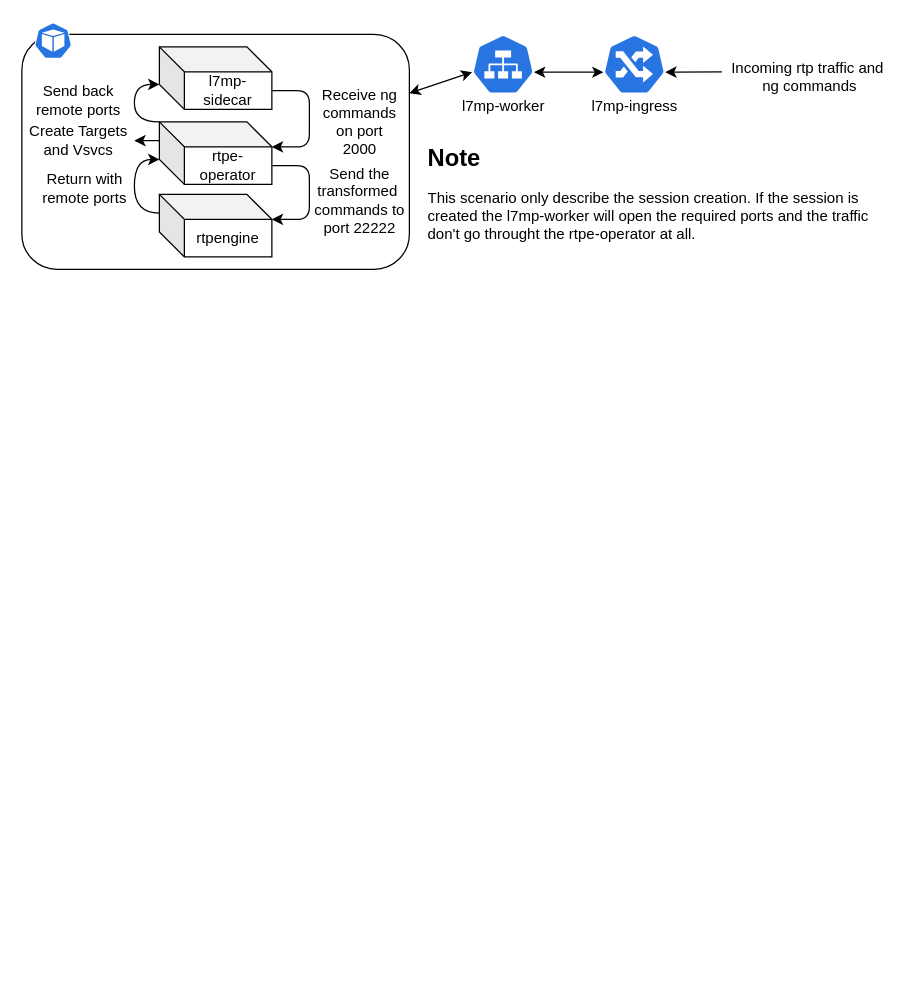
Earlier version of the draw.io diagram images/figures.drawio (l7mp/l7mp-media-plane-controller). Source tidied: cells renumbered, new cells numbered last; positions are measured from the earlier drawing's top-left corner, leaving out a move shared by most shapes. Both pictures are drawn from the tidied source at 125%, with x=0, y=0 at pixel (21, 21).
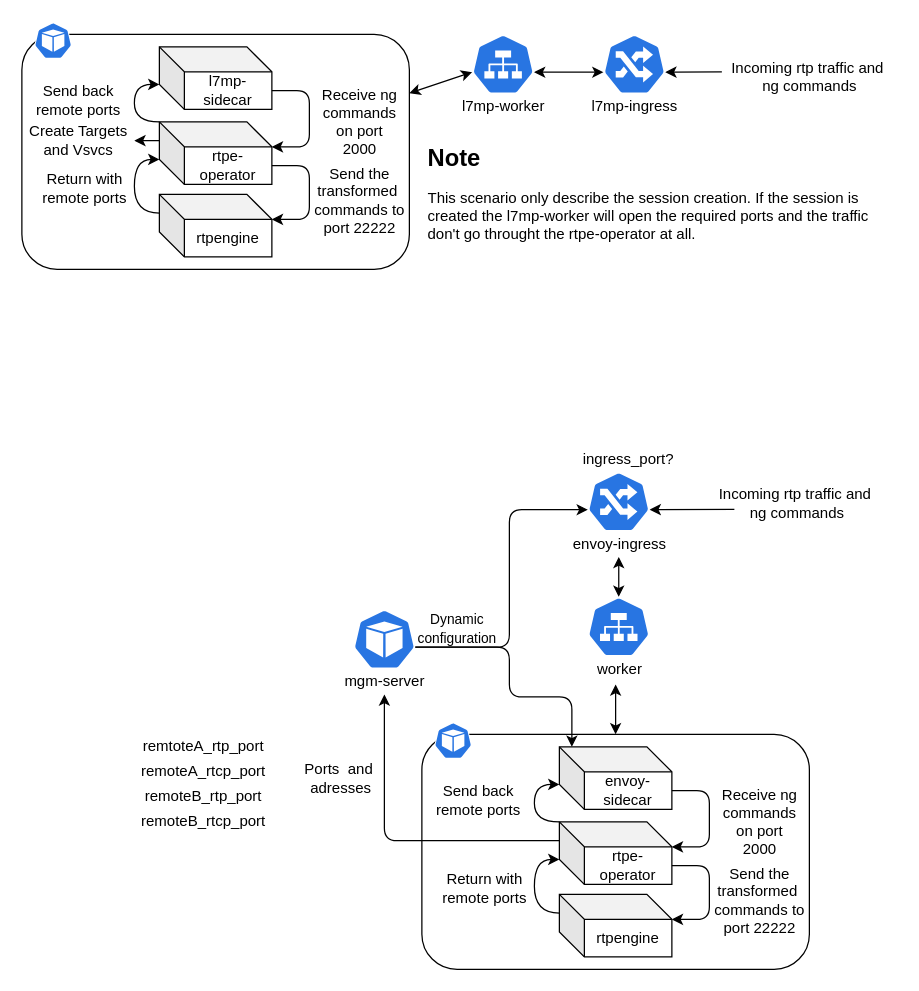
Above is the later version.

Commit message (it also covers changes not shown here):
Add envoy sidecar support

What changed in the source:
```diff
@@
+    <mxCell id="29" style="group;" parent="1" vertex="1">
+      <mxGeometry x="320" y="570" width="315" height="188" as="geometry" />
+    </mxCell>
+    <mxCell id="30" style="rounded=1;whiteSpace=wrap;html=1;" parent="29" vertex="1">
+      <mxGeometry width="310" height="188" as="geometry" />
+    </mxCell>
+    <mxCell id="31" value="rtpengine" style="shape=cube;whiteSpace=wrap;html=1;boundedLbl=1;backgroundOutline=1;darkOpacity=0.05;darkOpacity2=0.1;" parent="29" vertex="1">
+      <mxGeometry x="110" y="128" width="90" height="50" as="geometry" />
+    </mxCell>
+    <mxCell id="32" value="rtpe-operator" style="shape=cube;whiteSpace=wrap;html=1;boundedLbl=1;backgroundOutline=1;darkOpacity=0.05;darkOpacity2=0.1;" parent="29" vertex="1">
+      <mxGeometry x="110" y="70" width="90" height="50" as="geometry" />
+    </mxCell>
+    <mxCell id="33" value="envoy-sidecar" style="shape=cube;whiteSpace=wrap;html=1;boundedLbl=1;backgroundOutline=1;darkOpacity=0.05;darkOpacity2=0.1;" parent="29" vertex="1">
+      <mxGeometry x="110" y="10" width="90" height="50" as="geometry" />
+    </mxCell>
+    <mxCell id="34" style="endArrow=classic;html=1;entryX=0;entryY=0;entryDx=90;entryDy=20;entryPerimeter=0;exitX=0;exitY=0;exitDx=90;exitDy=35;exitPerimeter=0;edgeStyle=entityRelationEdgeStyle;" parent="29" edge="1" source="33" target="32">
+      <mxGeometry relative="1" as="geometry" />
+    </mxCell>
+    <mxCell id="35" value="Receive ng&lt;br&gt;commands&lt;br&gt;on port&lt;br&gt;2000" style="text;html=1;align=center;verticalAlign=middle;" parent="29" vertex="1">
+      <mxGeometry x="230" y="40" width="80" height="60" as="geometry" />
+    </mxCell>
+    <mxCell id="36" style="endArrow=classic;html=1;exitX=0;exitY=0;exitDx=90;exitDy=35;exitPerimeter=0;entryX=0;entryY=0;entryDx=90;entryDy=20;entryPerimeter=0;edgeStyle=entityRelationEdgeStyle;" parent="29" edge="1" source="32" target="31">
+      <mxGeometry relative="1" as="geometry" />
+    </mxCell>
+    <mxCell id="37" value="Send the&lt;br&gt;transformed&amp;nbsp;&lt;br&gt;commands to&lt;br&gt;port 22222" style="text;html=1;align=center;verticalAlign=middle;" parent="29" vertex="1">
+      <mxGeometry x="225" y="103" width="90" height="60" as="geometry" />
+    </mxCell>
+    <mxCell id="38" style="endArrow=classic;html=1;entryX=0;entryY=0;entryDx=0;entryDy=30;entryPerimeter=0;exitX=0;exitY=0;exitDx=0;exitDy=15;exitPerimeter=0;edgeStyle=orthogonalEdgeStyle;curved=1;" parent="29" edge="1" source="31" target="32">
+      <mxGeometry relative="1" as="geometry">
+        <Array as="points">
+          <mxPoint x="90" y="143" />
+          <mxPoint x="90" y="100" />
+        </Array>
+      </mxGeometry>
+    </mxCell>
+    <mxCell id="39" value="Return with&lt;br&gt;remote ports" style="text;html=1;align=center;verticalAlign=middle;" parent="29" vertex="1">
+      <mxGeometry x="10" y="108" width="80" height="30" as="geometry" />
+    </mxCell>
+    <mxCell id="40" style="endArrow=classic;html=1;entryX=0;entryY=0;entryDx=0;entryDy=30;entryPerimeter=0;exitX=0;exitY=0;exitDx=0;exitDy=0;exitPerimeter=0;edgeStyle=orthogonalEdgeStyle;curved=1;" parent="29" edge="1" source="32" target="33">
+      <mxGeometry relative="1" as="geometry">
+        <Array as="points">
+          <mxPoint x="90" y="70" />
+          <mxPoint x="90" y="40" />
+        </Array>
+      </mxGeometry>
+    </mxCell>
+    <mxCell id="41" value="Send back&lt;br&gt;remote ports" style="text;html=1;align=center;verticalAlign=middle;" parent="29" vertex="1">
+      <mxGeometry x="5" y="38" width="80" height="30" as="geometry" />
+    </mxCell>
+    <mxCell id="42" style="html=1;dashed=0;whitespace=wrap;fillColor=#2875E2;strokeColor=#ffffff;shape=mxgraph.kubernetes.icon;prIcon=pod;" parent="29" vertex="1">
+      <mxGeometry x="10" y="-10" width="30" height="30" as="geometry" />
+    </mxCell>
@@
+    <mxCell id="43" style="group;" parent="1" vertex="1">
+      <mxGeometry x="437.5" y="360" width="85" height="68" as="geometry" />
+    </mxCell>
+    <mxCell id="44" style="html=1;dashed=0;whitespace=wrap;fillColor=#2875E2;strokeColor=#ffffff;points=[[0.005,0.63,0],[0.1,0.2,0],[0.9,0.2,0],[0.5,0,0],[0.995,0.63,0],[0.72,0.99,0],[0.5,1,0],[0.28,0.99,0]];shape=mxgraph.kubernetes.icon;prIcon=ing;" parent="43" vertex="1">
+      <mxGeometry x="15" width="50" height="48" as="geometry" />
+    </mxCell>
+    <mxCell id="45" value="envoy-ingress" style="text;html=1;align=center;verticalAlign=middle;points=[];" parent="43" vertex="1">
+      <mxGeometry x="-5" y="48" width="90" height="20" as="geometry" />
+    </mxCell>
+    <mxCell id="46" style="group;" parent="1" vertex="1">
+      <mxGeometry x="437.5" y="460" width="80" height="68" as="geometry" />
+    </mxCell>
+    <mxCell id="47" style="html=1;dashed=0;whitespace=wrap;fillColor=#2875E2;strokeColor=#ffffff;points=[[0.005,0.63,0],[0.1,0.2,0],[0.9,0.2,0],[0.5,0,0],[0.995,0.63,0],[0.72,0.99,0],[0.5,1,0],[0.28,0.99,0]];shape=mxgraph.kubernetes.icon;prIcon=svc;" parent="46" vertex="1">
+      <mxGeometry x="15" width="50" height="48" as="geometry" />
+    </mxCell>
+    <mxCell id="48" value="worker" style="text;html=1;align=center;verticalAlign=middle;" parent="46" vertex="1">
+      <mxGeometry x="15" y="48" width="50" height="20" as="geometry" />
+    </mxCell>
+    <mxCell id="49" value="Incoming rtp traffic and&amp;nbsp;&lt;br&gt;ng commands" style="text;html=1;align=center;verticalAlign=middle;" parent="1" vertex="1">
+      <mxGeometry x="550" y="370" width="140" height="30" as="geometry" />
+    </mxCell>
+    <mxCell id="50" style="endArrow=classic;startArrow=classic;html=1;exitX=0.5;exitY=0;exitDx=0;exitDy=0;" parent="1" edge="1" source="30">
+      <mxGeometry relative="1" as="geometry">
+        <mxPoint x="475" y="530" as="targetPoint" />
+      </mxGeometry>
+    </mxCell>
+    <mxCell id="51" style="endArrow=classic;startArrow=classic;html=1;exitX=0.5;exitY=0;exitDx=0;exitDy=0;exitPerimeter=0;" parent="1" edge="1" source="47" target="45">
+      <mxGeometry relative="1" as="geometry" />
+    </mxCell>
+    <mxCell id="52" style="group;" parent="1" vertex="1">
+      <mxGeometry x="250" y="470" width="80" height="68" as="geometry" />
+    </mxCell>
+    <mxCell id="53" style="html=1;dashed=0;whitespace=wrap;fillColor=#2875E2;strokeColor=#ffffff;points=[[0.005,0.63,0],[0.1,0.2,0],[0.9,0.2,0],[0.5,0,0],[0.995,0.63,0],[0.72,0.99,0],[0.5,1,0],[0.28,0.99,0]];shape=mxgraph.kubernetes.icon;prIcon=pod;" parent="52" vertex="1">
+      <mxGeometry x="15" width="50" height="48" as="geometry" />
+    </mxCell>
+    <mxCell id="54" value="mgm-server" style="text;html=1;align=center;verticalAlign=middle;points=[];" parent="52" vertex="1">
+      <mxGeometry y="48" width="80" height="20" as="geometry" />
+    </mxCell>
+    <mxCell id="55" value="Ports&amp;nbsp; and&amp;nbsp;&lt;br&gt;adresses" style="text;html=1;align=center;verticalAlign=middle;" parent="1" vertex="1">
+      <mxGeometry x="220" y="590" width="70" height="30" as="geometry" />
+    </mxCell>
+    <mxCell id="56" style="endArrow=classic;html=1;entryX=0.995;entryY=0.63;entryDx=0;entryDy=0;entryPerimeter=0;" parent="1" edge="1" target="44">
+      <mxGeometry relative="1" as="geometry">
+        <mxPoint x="570" y="390" as="sourcePoint" />
+      </mxGeometry>
+    </mxCell>
+    <mxCell id="57" style="endArrow=classic;html=1;exitX=0;exitY=0;exitDx=0;exitDy=15;exitPerimeter=0;edgeStyle=orthogonalEdgeStyle;" parent="1" edge="1" source="32" target="54">
+      <mxGeometry relative="1" as="geometry" />
+    </mxCell>
+    <mxCell id="58" style="endArrow=classic;html=1;exitX=0.995;exitY=0.63;exitDx=0;exitDy=0;exitPerimeter=0;edgeStyle=orthogonalEdgeStyle;" parent="1" edge="1" source="53" target="33">
+      <mxGeometry relative="1" as="geometry">
+        <Array as="points">
+          <mxPoint x="390" y="500" />
+          <mxPoint x="390" y="540" />
+          <mxPoint x="440" y="540" />
+        </Array>
+      </mxGeometry>
+    </mxCell>
+    <mxCell id="59" style="endArrow=classic;html=1;entryX=0.005;entryY=0.63;entryDx=0;entryDy=0;entryPerimeter=0;exitX=0.995;exitY=0.63;exitDx=0;exitDy=0;exitPerimeter=0;edgeStyle=orthogonalEdgeStyle;" parent="1" edge="1" source="53" target="44">
+      <mxGeometry relative="1" as="geometry">
+        <Array as="points">
+          <mxPoint x="390" y="500" />
+          <mxPoint x="390" y="390" />
+        </Array>
+      </mxGeometry>
+    </mxCell>
+    <mxCell id="60" value="&lt;font style=&quot;font-size: 11px&quot;&gt;Dynamic&lt;br&gt;configuration&lt;/font&gt;" style="text;html=1;align=center;verticalAlign=middle;" parent="1" vertex="1">
+      <mxGeometry x="308" y="470" width="80" height="30" as="geometry" />
+    </mxCell>
+    <mxCell id="61" value="remtoteA_rtp_port" style="text;html=1;align=center;verticalAlign=middle;" parent="1" vertex="1">
+      <mxGeometry x="90" y="570" width="110" height="20" as="geometry" />
+    </mxCell>
+    <mxCell id="62" value="remoteA_rtcp_port" style="text;html=1;align=center;verticalAlign=middle;" parent="1" vertex="1">
+      <mxGeometry x="90" y="590" width="110" height="20" as="geometry" />
+    </mxCell>
+    <mxCell id="63" value="remoteB_rtp_port" style="text;html=1;align=center;verticalAlign=middle;" parent="1" vertex="1">
+      <mxGeometry x="90" y="610" width="110" height="20" as="geometry" />
+    </mxCell>
+    <mxCell id="64" value="remoteB_rtcp_port" style="text;html=1;align=center;verticalAlign=middle;" parent="1" vertex="1">
+      <mxGeometry x="90" y="630" width="110" height="20" as="geometry" />
+    </mxCell>
+    <mxCell id="65" value="ingress_port?" style="text;html=1;align=center;verticalAlign=middle;" parent="1" vertex="1">
+      <mxGeometry x="440" y="340" width="90" height="20" as="geometry" />
+    </mxCell>
```
